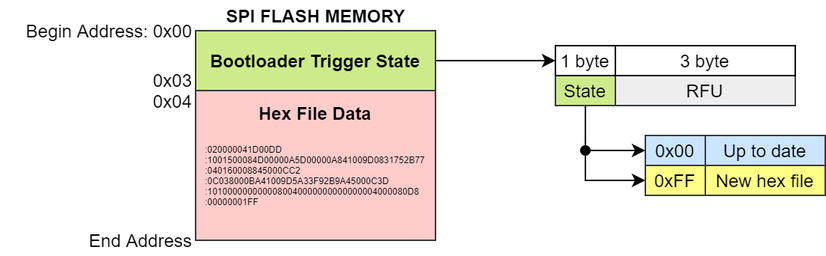
Before: PIC32MM0256GPM048/DFU/DFU Diagram-SPI Flash DFU.drawio.png, a diagram exported from draw.io (sampidevkit/SampleProjects). Source tidied: cells renumbered, new cells last; positions are measured from the earlier drawing's top-left corner, leaving out a move shared by most shapes.
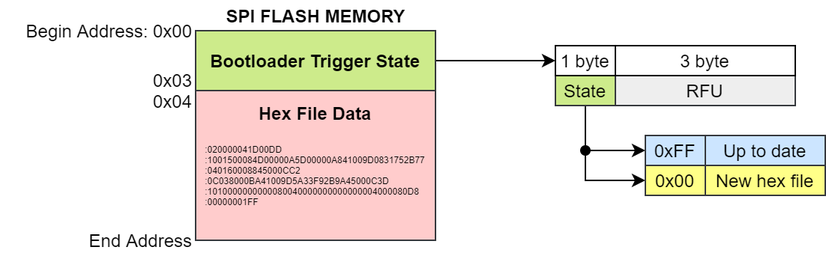
The same diagram one commit later.

Commit message:
SPI Flash DFU update 1

The edit, as a diff of the source:
```diff
@@ -39,7 +39,7 @@
     <mxCell id="12" value="New hex file" style="rounded=0;whiteSpace=wrap;html=1;fillColor=#ffff88;strokeColor=#36393d;" parent="1" vertex="1">
       <mxGeometry x="470" y="110" width="80" height="20" as="geometry" />
     </mxCell>
-    <mxCell id="13" value="0x00" style="rounded=0;whiteSpace=wrap;html=1;fillColor=#cce5ff;strokeColor=#36393d;" parent="1" vertex="1">
+    <mxCell id="13" value="0xFF" style="rounded=0;whiteSpace=wrap;html=1;fillColor=#cce5ff;strokeColor=#36393d;" parent="1" vertex="1">
       <mxGeometry x="430" y="90" width="40" height="20" as="geometry" />
     </mxCell>
     <mxCell id="14" style="edgeStyle=orthogonalEdgeStyle;rounded=0;jettySize=auto;html=1;endArrow=oval;endFill=1;startArrow=classic;startFill=1;" parent="1" edge="1" source="15">
@@ -47,7 +47,7 @@
         <mxPoint x="390" y="100" as="targetPoint" />
       </mxGeometry>
     </mxCell>
-    <mxCell id="15" value="0xFF" style="rounded=0;whiteSpace=wrap;html=1;fillColor=#ffff88;strokeColor=#36393d;" parent="1" vertex="1">
+    <mxCell id="15" value="0x00" style="rounded=0;whiteSpace=wrap;html=1;fillColor=#ffff88;strokeColor=#36393d;" parent="1" vertex="1">
       <mxGeometry x="430" y="110" width="40" height="20" as="geometry" />
     </mxCell>
     <mxCell id="16" value="Up to date" style="rounded=0;whiteSpace=wrap;html=1;fillColor=#cce5ff;strokeColor=#36393d;" parent="1" vertex="1">
```
